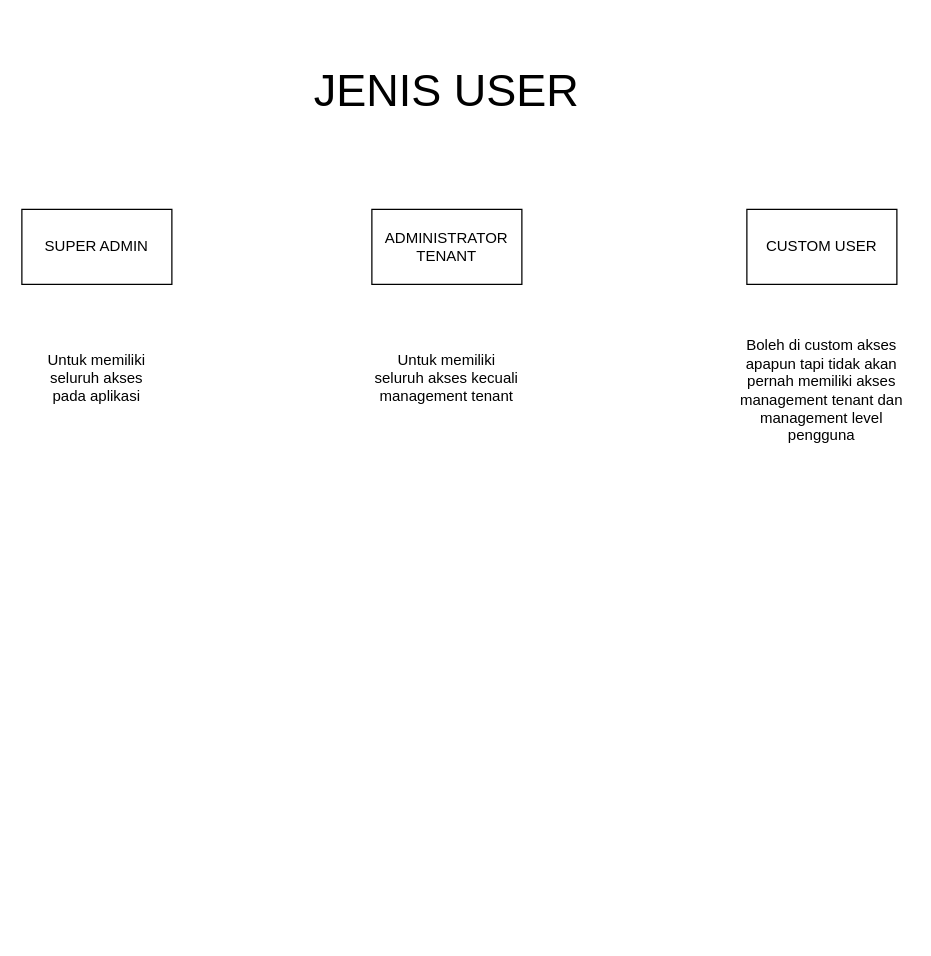
Above: Jenis User.drawio in Evosist/evolusipark_backend (draw.io), before the change. Source tidied: cells renumbered, new cells numbered last; positions are measured from the earlier drawing's top-left corner, leaving out a move shared by most shapes. Both pictures are drawn from the tidied source at 125%, with x=0, y=0 at pixel (21, 46).
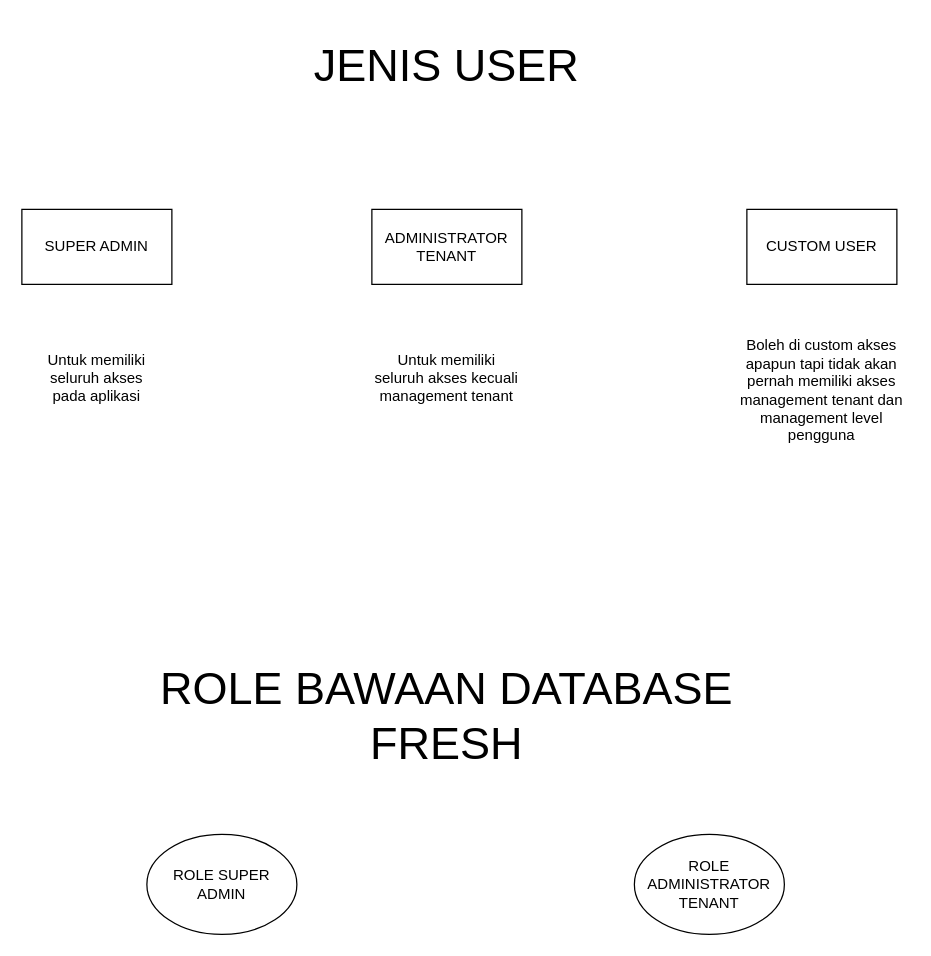
After the change.

Change to the diagram source:
```diff
@@
 <mxGraphModel>
   <root>
     <mxCell id="0" />
     <mxCell id="1" parent="0" />
     <mxCell id="2" value="SUPER ADMIN" style="rounded=0;whiteSpace=wrap;html=1;" parent="1" vertex="1">
       <mxGeometry y="130" width="120" height="60" as="geometry" />
     </mxCell>
     <mxCell id="3" value="ADMINISTRATOR TENANT" style="rounded=0;whiteSpace=wrap;html=1;" parent="1" vertex="1">
       <mxGeometry x="280" y="130" width="120" height="60" as="geometry" />
     </mxCell>
     <mxCell id="4" value="CUSTOM USER" style="rounded=0;whiteSpace=wrap;html=1;" parent="1" vertex="1">
       <mxGeometry x="580" y="130" width="120" height="60" as="geometry" />
     </mxCell>
     <mxCell id="5" value="Untuk memiliki seluruh akses pada aplikasi" style="text;html=1;align=center;verticalAlign=middle;whiteSpace=wrap;rounded=0;" parent="1" vertex="1">
       <mxGeometry x="15" y="220" width="90" height="90" as="geometry" />
     </mxCell>
     <mxCell id="6" value="Untuk memiliki seluruh akses kecuali management tenant" style="text;html=1;align=center;verticalAlign=middle;whiteSpace=wrap;rounded=0;" parent="1" vertex="1">
       <mxGeometry x="280" y="255" width="120" height="20" as="geometry" />
     </mxCell>
     <mxCell id="7" value="Boleh di custom akses apapun tapi tidak akan pernah memiliki akses management tenant dan management level pengguna" style="text;html=1;align=center;verticalAlign=middle;whiteSpace=wrap;rounded=0;" parent="1" vertex="1">
       <mxGeometry x="570" y="260" width="140" height="30" as="geometry" />
     </mxCell>
     <mxCell id="8" value="&lt;font style=&quot;font-size: 36px;&quot;&gt;JENIS USER&lt;/font&gt;" style="text;html=1;align=center;verticalAlign=middle;whiteSpace=wrap;rounded=0;" parent="1" vertex="1">
-      <mxGeometry x="230" width="220" height="70" as="geometry" />
+      <mxGeometry x="230" y="-20" width="220" height="70" as="geometry" />
     </mxCell>
+    <mxCell id="9" value="&lt;span style=&quot;font-size: 36px;&quot;&gt;ROLE BAWAAN DATABASE FRESH&lt;/span&gt;" style="text;html=1;align=center;verticalAlign=middle;whiteSpace=wrap;rounded=0;" parent="1" vertex="1">
+      <mxGeometry x="100" y="500" width="480" height="70" as="geometry" />
+    </mxCell>
+    <mxCell id="10" value="ROLE SUPER ADMIN" style="ellipse;whiteSpace=wrap;html=1;" parent="1" vertex="1">
+      <mxGeometry x="100" y="630" width="120" height="80" as="geometry" />
+    </mxCell>
+    <mxCell id="11" value="ROLE ADMINISTRATOR&lt;div&gt;TENANT&lt;/div&gt;" style="ellipse;whiteSpace=wrap;html=1;" parent="1" vertex="1">
+      <mxGeometry x="490" y="630" width="120" height="80" as="geometry" />
+    </mxCell>
   </root>
 </mxGraphModel>
```
